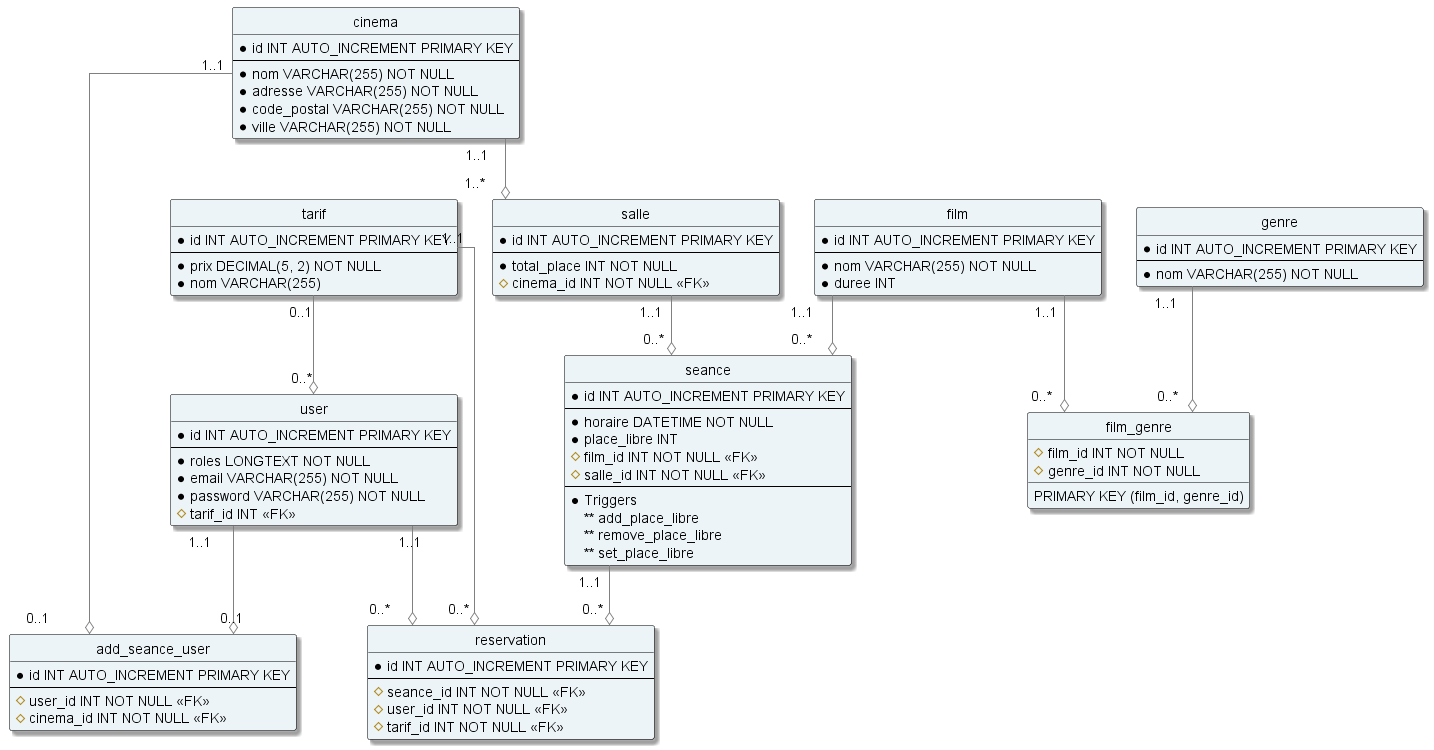
Miaoustik/eval-sql keeps this PlantUML diagram as Diagramme-UML.png. Above is the earlier version.
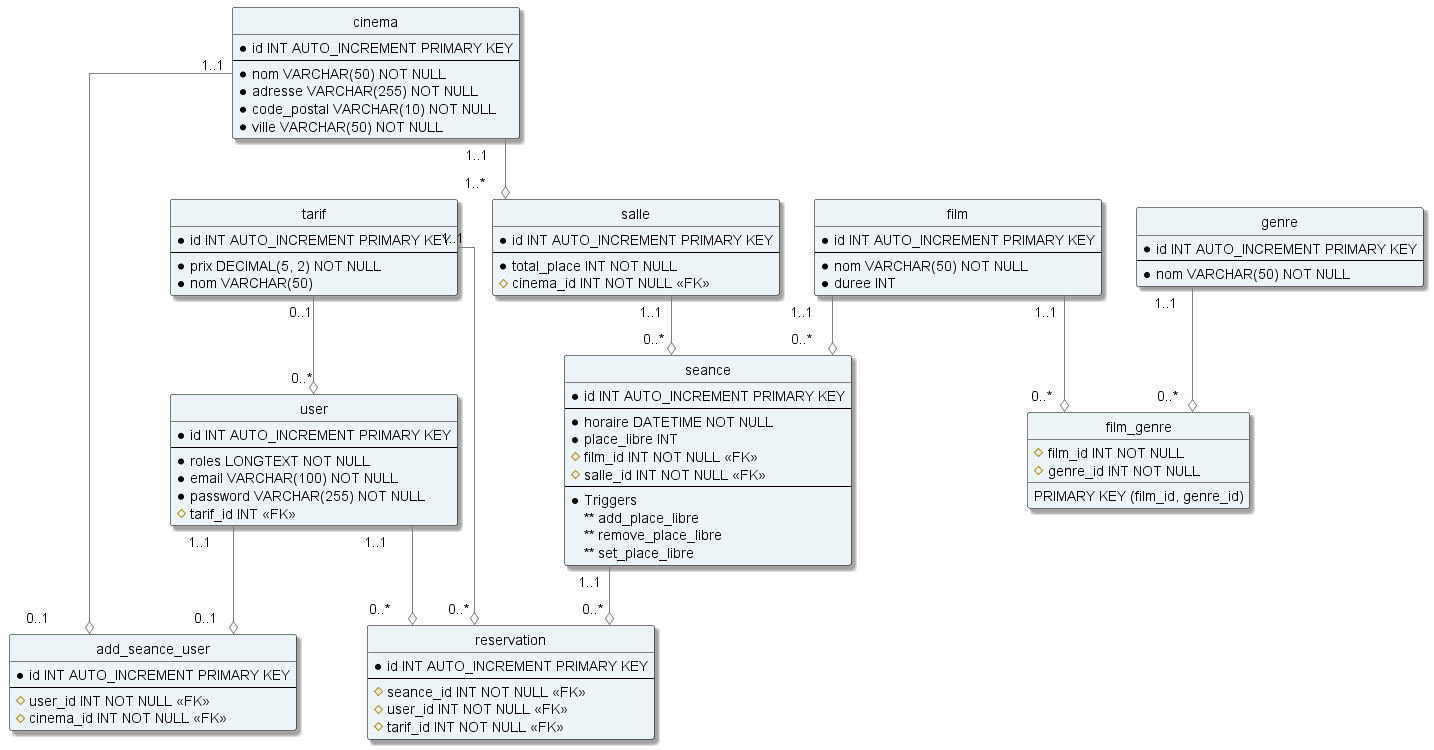
After the commit.

Change to the diagram source:
```diff
@@ -10,23 +10,23 @@
 entity cinema {
     *id INT AUTO_INCREMENT PRIMARY KEY
     --
-    *nom VARCHAR(255) NOT NULL
+    *nom VARCHAR(50) NOT NULL
     *adresse VARCHAR(255) NOT NULL
-    *code_postal VARCHAR(255) NOT NULL
-    *ville VARCHAR(255) NOT NULL
+    *code_postal VARCHAR(10) NOT NULL
+    *ville VARCHAR(50) NOT NULL
 }
 
 entity tarif {
     *id INT AUTO_INCREMENT PRIMARY KEY
     --
     *prix DECIMAL(5, 2) NOT NULL
-    *nom VARCHAR(255)
+    *nom VARCHAR(50)
 }
 
 entity film {
     *id INT AUTO_INCREMENT PRIMARY KEY
     --
-    *nom VARCHAR(255) NOT NULL
+    *nom VARCHAR(50) NOT NULL
     *duree INT
 }
 
@@ -40,14 +40,14 @@
 entity genre {
     *id INT AUTO_INCREMENT PRIMARY KEY
     --
-    *nom VARCHAR(255) NOT NULL
+    *nom VARCHAR(50) NOT NULL
 }
 
 entity user {
     *id INT AUTO_INCREMENT PRIMARY KEY
     --
     *roles LONGTEXT NOT NULL
-    *email VARCHAR(255) NOT NULL
+    *email VARCHAR(100) NOT NULL
     *password VARCHAR(255) NOT NULL
     #tarif_id INT <<FK>>
 }
@@ -92,9 +92,9 @@
 salle "1..1   " --o "0..* " seance
 film "1..1     " --o "0..*" film_genre
 genre "1..1" --o "0..*     " film_genre
-user "1..1   " --o "0..1" add_seance_user
+user "1..1   " --o "0..1      " add_seance_user
 cinema "1..1" --o "0..1       " add_seance_user
-user "1..1" --o "0..*  " reservation
+user "1..1        " --o "0..*  " reservation
 seance "1..1" --o "0..*    " reservation
 tarif "1..1     " --o "0..*" reservation
 tarif "0..1" --o "0..*" user
```
